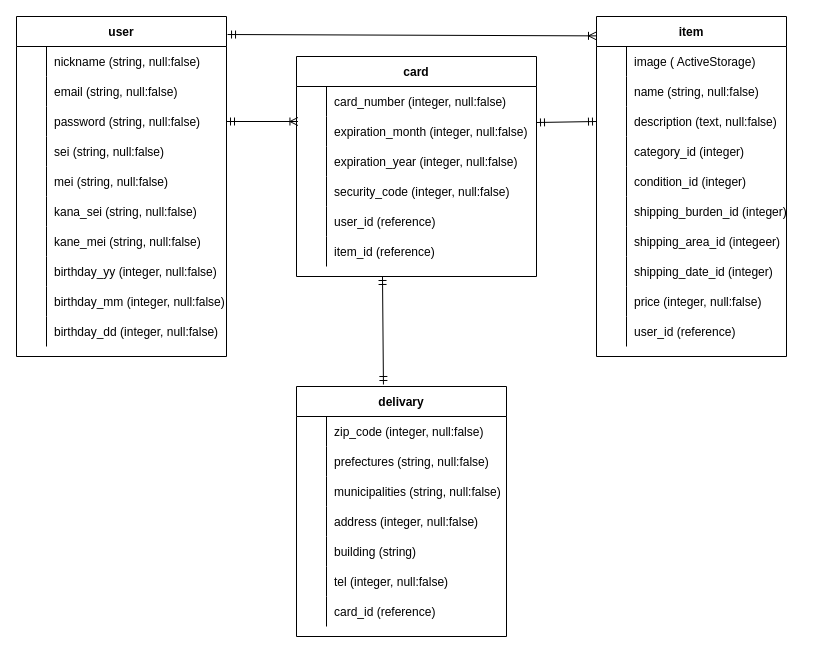
This is furime.dio from yabuuuu/furima-35981, a draw.io file, before an edit. Source tidied: cells renumbered, new cells numbered last; positions are measured from the earlier drawing's top-left corner, leaving out a move shared by most shapes. Both pictures are drawn from the tidied source at 100%, with x=0, y=0 at pixel (16, 16).
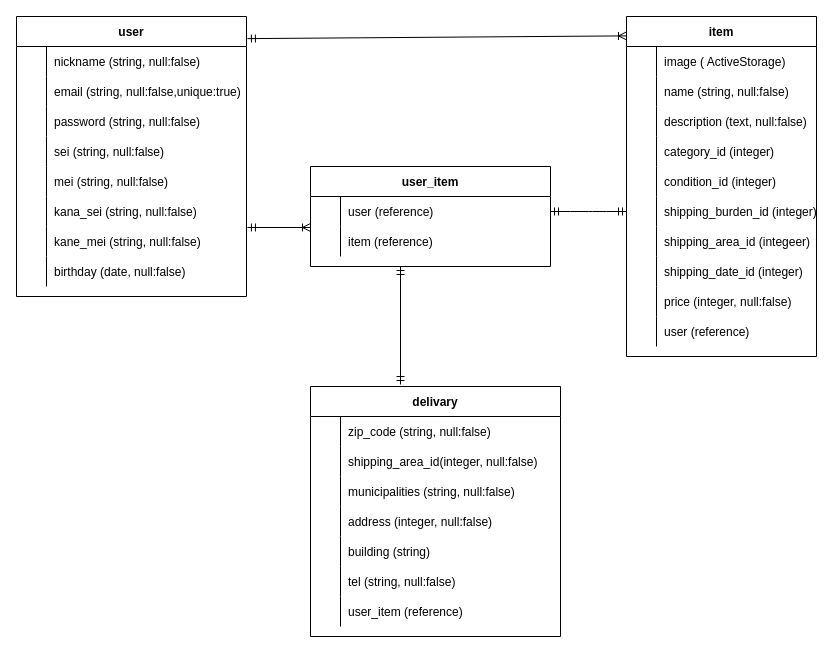
After the change.

Unchanged cells that the change refers to:
```xml
<mxCell id="85" style="shape=partialRectangle;fillColor=none;top=0;left=0;bottom=0;right=0;points=[[0,0.5],[1,0.5]];portConstraint=eastwest;" parent="78" vertex="1">
  <mxGeometry y="90" width="190" height="30" as="geometry" />
</mxCell>
<mxCell id="94" style="shape=partialRectangle;fillColor=none;top=0;left=0;bottom=0;right=0;points=[[0,0.5],[1,0.5]];portConstraint=eastwest;" parent="78" vertex="1">
  <mxGeometry y="180" width="190" height="30" as="geometry" />
</mxCell>
<mxCell id="106" style="shape=partialRectangle;fillColor=none;top=0;left=0;bottom=0;right=0;" parent="78" vertex="1">
  <mxGeometry y="300" width="190" height="30" as="geometry" />
</mxCell>
```

The edit, as a diff of the source:
```diff
@@
     <mxCell id="2" value="user" style="shape=table;startSize=30;childLayout=tableLayout;rowLines=0;fontStyle=1;align=center;" parent="1" vertex="1">
-      <mxGeometry width="210" height="340" as="geometry" />
+      <mxGeometry width="230" height="280" as="geometry" />
     </mxCell>
     <mxCell id="3" style="shape=partialRectangle;fillColor=none;top=0;left=0;bottom=0;right=0;" parent="2" vertex="1">
-      <mxGeometry y="30" width="210" height="30" as="geometry" />
+      <mxGeometry y="30" width="230" height="30" as="geometry" />
     </mxCell>
@@
     <mxCell id="5" value="nickname (string, null:false)" style="shape=partialRectangle;fillColor=none;top=0;left=0;bottom=0;right=0;align=left;spacingLeft=6;overflow=hidden;" parent="3" vertex="1">
-      <mxGeometry x="30" width="180" height="30" as="geometry" />
+      <mxGeometry x="30" width="200" height="30" as="geometry" />
     </mxCell>
     <mxCell id="6" style="shape=partialRectangle;fillColor=none;top=0;left=0;bottom=0;right=0;" parent="2" vertex="1">
-      <mxGeometry y="60" width="210" height="30" as="geometry" />
+      <mxGeometry y="60" width="230" height="30" as="geometry" />
     </mxCell>
@@
-    <mxCell id="8" value="email (string, null:false)" style="shape=partialRectangle;fillColor=none;top=0;left=0;bottom=0;right=0;align=left;spacingLeft=6;overflow=hidden;" parent="6" vertex="1">
-      <mxGeometry x="30" width="180" height="30" as="geometry" />
+    <mxCell id="8" value="email (string, null:false,unique:true)" style="shape=partialRectangle;fillColor=none;top=0;left=0;bottom=0;right=0;align=left;spacingLeft=6;overflow=hidden;" parent="6" vertex="1">
+      <mxGeometry x="30" width="200" height="30" as="geometry" />
     </mxCell>
     <mxCell id="9" style="shape=partialRectangle;fillColor=none;top=0;left=0;bottom=0;right=0;points=[[0,0.5],[1,0.5]];portConstraint=eastwest;" parent="2" vertex="1">
-      <mxGeometry y="90" width="210" height="30" as="geometry" />
+      <mxGeometry y="90" width="230" height="30" as="geometry" />
     </mxCell>
@@
     <mxCell id="11" value="password (string, null:false)" style="shape=partialRectangle;fillColor=none;top=0;left=0;bottom=0;right=0;align=left;spacingLeft=6;overflow=hidden;" parent="9" vertex="1">
-      <mxGeometry x="30" width="180" height="30" as="geometry" />
+      <mxGeometry x="30" width="200" height="30" as="geometry" />
     </mxCell>
     <mxCell id="12" style="shape=partialRectangle;fillColor=none;top=0;left=0;bottom=0;right=0;" parent="2" vertex="1">
-      <mxGeometry y="120" width="210" height="30" as="geometry" />
+      <mxGeometry y="120" width="230" height="30" as="geometry" />
     </mxCell>
@@
     <mxCell id="14" value="sei (string, null:false)" style="shape=partialRectangle;fillColor=none;top=0;left=0;bottom=0;right=0;align=left;spacingLeft=6;overflow=hidden;" parent="12" vertex="1">
-      <mxGeometry x="30" width="180" height="30" as="geometry" />
+      <mxGeometry x="30" width="200" height="30" as="geometry" />
     </mxCell>
     <mxCell id="15" style="shape=partialRectangle;fillColor=none;top=0;left=0;bottom=0;right=0;" parent="2" vertex="1">
-      <mxGeometry y="150" width="210" height="30" as="geometry" />
+      <mxGeometry y="150" width="230" height="30" as="geometry" />
     </mxCell>
@@
     <mxCell id="17" value="mei (string, null:false)" style="shape=partialRectangle;fillColor=none;top=0;left=0;bottom=0;right=0;align=left;spacingLeft=6;overflow=hidden;" parent="15" vertex="1">
-      <mxGeometry x="30" width="180" height="30" as="geometry" />
+      <mxGeometry x="30" width="200" height="30" as="geometry" />
     </mxCell>
     <mxCell id="18" style="shape=partialRectangle;fillColor=none;top=0;left=0;bottom=0;right=0;" parent="2" vertex="1">
-      <mxGeometry y="180" width="210" height="30" as="geometry" />
+      <mxGeometry y="180" width="230" height="30" as="geometry" />
     </mxCell>
@@
     <mxCell id="20" value="kana_sei (string, null:false)" style="shape=partialRectangle;fillColor=none;top=0;left=0;bottom=0;right=0;align=left;spacingLeft=6;overflow=hidden;" parent="18" vertex="1">
-      <mxGeometry x="30" width="180" height="30" as="geometry" />
+      <mxGeometry x="30" width="200" height="30" as="geometry" />
     </mxCell>
     <mxCell id="21" style="shape=partialRectangle;fillColor=none;top=0;left=0;bottom=0;right=0;points=[[0,0.5],[1,0.5]];portConstraint=eastwest;" parent="2" vertex="1">
-      <mxGeometry y="210" width="210" height="30" as="geometry" />
+      <mxGeometry y="210" width="230" height="30" as="geometry" />
     </mxCell>
@@
     <mxCell id="23" value="kane_mei (string, null:false)" style="shape=partialRectangle;fillColor=none;top=0;left=0;bottom=0;right=0;align=left;spacingLeft=6;overflow=hidden;" parent="21" vertex="1">
-      <mxGeometry x="30" width="180" height="30" as="geometry" />
+      <mxGeometry x="30" width="200" height="30" as="geometry" />
     </mxCell>
     <mxCell id="24" style="shape=partialRectangle;fillColor=none;top=0;left=0;bottom=0;right=0;" parent="2" vertex="1">
-      <mxGeometry y="240" width="210" height="30" as="geometry" />
+      <mxGeometry y="240" width="230" height="30" as="geometry" />
     </mxCell>
@@
-    <mxCell id="26" value="birthday_yy (integer, null:false)" style="shape=partialRectangle;fillColor=none;top=0;left=0;bottom=0;right=0;align=left;spacingLeft=6;overflow=hidden;" parent="24" vertex="1">
-      <mxGeometry x="30" width="180" height="30" as="geometry" />
+    <mxCell id="26" value="birthday (date, null:false)" style="shape=partialRectangle;fillColor=none;top=0;left=0;bottom=0;right=0;align=left;spacingLeft=6;overflow=hidden;" parent="24" vertex="1">
+      <mxGeometry x="30" width="200" height="30" as="geometry" />
     </mxCell>
-    <mxCell id="27" style="shape=partialRectangle;fillColor=none;top=0;left=0;bottom=0;right=0;" parent="2" vertex="1">
-      <mxGeometry y="270" width="210" height="30" as="geometry" />
-    </mxCell>
-    <mxCell id="28" style="shape=partialRectangle;fillColor=none;top=0;left=0;bottom=0;right=0;overflow=hidden;" parent="27" vertex="1">
-      <mxGeometry width="30" height="30" as="geometry" />
-    </mxCell>
-    <mxCell id="29" value="birthday_mm (integer, null:false)" style="shape=partialRectangle;fillColor=none;top=0;left=0;bottom=0;right=0;align=left;spacingLeft=6;overflow=hidden;" parent="27" vertex="1">
-      <mxGeometry x="30" width="180" height="30" as="geometry" />
-    </mxCell>
-    <mxCell id="30" style="shape=partialRectangle;fillColor=none;top=0;left=0;bottom=0;right=0;" parent="2" vertex="1">
-      <mxGeometry y="300" width="210" height="30" as="geometry" />
-    </mxCell>
-    <mxCell id="31" style="shape=partialRectangle;fillColor=none;top=0;left=0;bottom=0;right=0;overflow=hidden;" parent="30" vertex="1">
-      <mxGeometry width="30" height="30" as="geometry" />
-    </mxCell>
-    <mxCell id="32" value="birthday_dd (integer, null:false)" style="shape=partialRectangle;fillColor=none;top=0;left=0;bottom=0;right=0;align=left;spacingLeft=6;overflow=hidden;" parent="30" vertex="1">
-      <mxGeometry x="30" width="180" height="30" as="geometry" />
-    </mxCell>
     <mxCell id="33" value="delivary" style="shape=table;startSize=30;childLayout=tableLayout;rowLines=0;fontStyle=1;align=center;" parent="1" vertex="1">
-      <mxGeometry x="280" y="370" width="210" height="250" as="geometry" />
+      <mxGeometry x="294" y="370" width="250" height="250" as="geometry" />
     </mxCell>
     <mxCell id="34" style="shape=partialRectangle;fillColor=none;top=0;left=0;bottom=0;right=0;" parent="33" vertex="1">
-      <mxGeometry y="30" width="210" height="30" as="geometry" />
+      <mxGeometry y="30" width="250" height="30" as="geometry" />
     </mxCell>
@@
-    <mxCell id="36" value="zip_code (integer, null:false)" style="shape=partialRectangle;fillColor=none;top=0;left=0;bottom=0;right=0;align=left;spacingLeft=6;overflow=hidden;" parent="34" vertex="1">
-      <mxGeometry x="30" width="180" height="30" as="geometry" />
+    <mxCell id="36" value="zip_code (string, null:false)" style="shape=partialRectangle;fillColor=none;top=0;left=0;bottom=0;right=0;align=left;spacingLeft=6;overflow=hidden;" parent="34" vertex="1">
+      <mxGeometry x="30" width="220" height="30" as="geometry" />
     </mxCell>
     <mxCell id="37" style="shape=partialRectangle;fillColor=none;top=0;left=0;bottom=0;right=0;points=[[0,0.5],[1,0.5]];portConstraint=eastwest;" parent="33" vertex="1">
-      <mxGeometry y="60" width="210" height="30" as="geometry" />
+      <mxGeometry y="60" width="250" height="30" as="geometry" />
     </mxCell>
@@
-    <mxCell id="39" value="prefectures (string, null:false)" style="shape=partialRectangle;fillColor=none;top=0;left=0;bottom=0;right=0;align=left;spacingLeft=6;overflow=hidden;" parent="37" vertex="1">
-      <mxGeometry x="30" width="180" height="30" as="geometry" />
+    <mxCell id="39" value="shipping_area_id(integer, null:false)" style="shape=partialRectangle;fillColor=none;top=0;left=0;bottom=0;right=0;align=left;spacingLeft=6;overflow=hidden;" parent="37" vertex="1">
+      <mxGeometry x="30" width="220" height="30" as="geometry" />
     </mxCell>
     <mxCell id="40" style="shape=partialRectangle;fillColor=none;top=0;left=0;bottom=0;right=0;" parent="33" vertex="1">
-      <mxGeometry y="90" width="210" height="30" as="geometry" />
+      <mxGeometry y="90" width="250" height="30" as="geometry" />
     </mxCell>
@@
     <mxCell id="42" value="municipalities (string, null:false)" style="shape=partialRectangle;fillColor=none;top=0;left=0;bottom=0;right=0;align=left;spacingLeft=6;overflow=hidden;" parent="40" vertex="1">
-      <mxGeometry x="30" width="180" height="30" as="geometry" />
+      <mxGeometry x="30" width="220" height="30" as="geometry" />
     </mxCell>
     <mxCell id="43" style="shape=partialRectangle;fillColor=none;top=0;left=0;bottom=0;right=0;" parent="33" vertex="1">
-      <mxGeometry y="120" width="210" height="30" as="geometry" />
+      <mxGeometry y="120" width="250" height="30" as="geometry" />
     </mxCell>
@@
     <mxCell id="45" value="address (integer, null:false)" style="shape=partialRectangle;fillColor=none;top=0;left=0;bottom=0;right=0;align=left;spacingLeft=6;overflow=hidden;" parent="43" vertex="1">
-      <mxGeometry x="30" width="180" height="30" as="geometry" />
+      <mxGeometry x="30" width="220" height="30" as="geometry" />
     </mxCell>
     <mxCell id="46" style="shape=partialRectangle;fillColor=none;top=0;left=0;bottom=0;right=0;" parent="33" vertex="1">
-      <mxGeometry y="150" width="210" height="30" as="geometry" />
+      <mxGeometry y="150" width="250" height="30" as="geometry" />
     </mxCell>
@@
     <mxCell id="48" value="building (string)" style="shape=partialRectangle;fillColor=none;top=0;left=0;bottom=0;right=0;align=left;spacingLeft=6;overflow=hidden;" parent="46" vertex="1">
-      <mxGeometry x="30" width="180" height="30" as="geometry" />
+      <mxGeometry x="30" width="220" height="30" as="geometry" />
     </mxCell>
     <mxCell id="49" style="shape=partialRectangle;fillColor=none;top=0;left=0;bottom=0;right=0;" parent="33" vertex="1">
-      <mxGeometry y="180" width="210" height="30" as="geometry" />
+      <mxGeometry y="180" width="250" height="30" as="geometry" />
     </mxCell>
@@
-    <mxCell id="51" value="tel (integer, null:false)" style="shape=partialRectangle;fillColor=none;top=0;left=0;bottom=0;right=0;align=left;spacingLeft=6;overflow=hidden;" parent="49" vertex="1">
-      <mxGeometry x="30" width="180" height="30" as="geometry" />
+    <mxCell id="51" value="tel (string, null:false)" style="shape=partialRectangle;fillColor=none;top=0;left=0;bottom=0;right=0;align=left;spacingLeft=6;overflow=hidden;" parent="49" vertex="1">
+      <mxGeometry x="30" width="220" height="30" as="geometry" />
     </mxCell>
     <mxCell id="52" style="shape=partialRectangle;fillColor=none;top=0;left=0;bottom=0;right=0;" parent="33" vertex="1">
-      <mxGeometry y="210" width="210" height="30" as="geometry" />
+      <mxGeometry y="210" width="250" height="30" as="geometry" />
     </mxCell>
@@
-    <mxCell id="54" value="card_id (reference)" style="shape=partialRectangle;fillColor=none;top=0;left=0;bottom=0;right=0;align=left;spacingLeft=6;overflow=hidden;" parent="52" vertex="1">
-      <mxGeometry x="30" width="180" height="30" as="geometry" />
+    <mxCell id="54" value="user_item (reference)" style="shape=partialRectangle;fillColor=none;top=0;left=0;bottom=0;right=0;align=left;spacingLeft=6;overflow=hidden;" parent="52" vertex="1">
+      <mxGeometry x="30" width="220" height="30" as="geometry" />
     </mxCell>
-    <mxCell id="55" value="card" style="shape=table;startSize=30;childLayout=tableLayout;rowLines=0;fontStyle=1;align=center;" parent="1" vertex="1">
-      <mxGeometry x="280" y="40" width="240" height="220" as="geometry" />
+    <mxCell id="55" value="user_item" style="shape=table;startSize=30;childLayout=tableLayout;rowLines=0;fontStyle=1;align=center;" parent="1" vertex="1">
+      <mxGeometry x="294" y="150" width="240" height="100" as="geometry" />
     </mxCell>
-    <mxCell id="56" style="shape=partialRectangle;fillColor=none;top=0;left=0;bottom=0;right=0;" parent="55" vertex="1">
-      <mxGeometry y="30" width="240" height="30" as="geometry" />
-    </mxCell>
-    <mxCell id="57" style="shape=partialRectangle;fillColor=none;top=0;left=0;bottom=0;right=0;overflow=hidden;" parent="56" vertex="1">
-      <mxGeometry width="30" height="30" as="geometry" />
-    </mxCell>
-    <mxCell id="58" value="card_number (integer, null:false)" style="shape=partialRectangle;fillColor=none;top=0;left=0;bottom=0;right=0;align=left;spacingLeft=6;overflow=hidden;" parent="56" vertex="1">
-      <mxGeometry x="30" width="210" height="30" as="geometry" />
-    </mxCell>
-    <mxCell id="59" style="shape=partialRectangle;fillColor=none;top=0;left=0;bottom=0;right=0;points=[[0,0.5],[1,0.5]];portConstraint=eastwest;" parent="55" vertex="1">
-      <mxGeometry y="60" width="240" height="30" as="geometry" />
-    </mxCell>
-    <mxCell id="60" style="shape=partialRectangle;fillColor=none;top=0;left=0;bottom=0;right=0;overflow=hidden;" parent="59" vertex="1">
-      <mxGeometry width="30" height="30" as="geometry" />
-    </mxCell>
-    <mxCell id="61" value="expiration_month (integer, null:false)" style="shape=partialRectangle;fillColor=none;top=0;left=0;bottom=0;right=0;align=left;spacingLeft=6;overflow=hidden;" parent="59" vertex="1">
-      <mxGeometry x="30" width="210" height="30" as="geometry" />
-    </mxCell>
-    <mxCell id="62" style="shape=partialRectangle;fillColor=none;top=0;left=0;bottom=0;right=0;" parent="55" vertex="1">
-      <mxGeometry y="90" width="240" height="30" as="geometry" />
-    </mxCell>
-    <mxCell id="63" style="shape=partialRectangle;fillColor=none;top=0;left=0;bottom=0;right=0;overflow=hidden;" parent="62" vertex="1">
-      <mxGeometry width="30" height="30" as="geometry" />
-    </mxCell>
-    <mxCell id="64" value="expiration_year (integer, null:false)" style="shape=partialRectangle;fillColor=none;top=0;left=0;bottom=0;right=0;align=left;spacingLeft=6;overflow=hidden;" parent="62" vertex="1">
-      <mxGeometry x="30" width="210" height="30" as="geometry" />
-    </mxCell>
-    <mxCell id="65" style="shape=partialRectangle;fillColor=none;top=0;left=0;bottom=0;right=0;" parent="55" vertex="1">
-      <mxGeometry y="120" width="240" height="30" as="geometry" />
-    </mxCell>
-    <mxCell id="66" style="shape=partialRectangle;fillColor=none;top=0;left=0;bottom=0;right=0;overflow=hidden;" parent="65" vertex="1">
-      <mxGeometry width="30" height="30" as="geometry" />
-    </mxCell>
-    <mxCell id="67" value="security_code (integer, null:false)" style="shape=partialRectangle;fillColor=none;top=0;left=0;bottom=0;right=0;align=left;spacingLeft=6;overflow=hidden;" parent="65" vertex="1">
-      <mxGeometry x="30" width="210" height="30" as="geometry" />
-    </mxCell>
     <mxCell id="68" style="shape=partialRectangle;fillColor=none;top=0;left=0;bottom=0;right=0;points=[[0,0.5],[1,0.5]];portConstraint=eastwest;" parent="55" vertex="1">
-      <mxGeometry y="150" width="240" height="30" as="geometry" />
+      <mxGeometry y="30" width="240" height="30" as="geometry" />
     </mxCell>
@@
-    <mxCell id="70" value="user_id (reference)" style="shape=partialRectangle;fillColor=none;top=0;left=0;bottom=0;right=0;align=left;spacingLeft=6;overflow=hidden;" parent="68" vertex="1">
+    <mxCell id="70" value="user (reference)" style="shape=partialRectangle;fillColor=none;top=0;left=0;bottom=0;right=0;align=left;spacingLeft=6;overflow=hidden;" parent="68" vertex="1">
       <mxGeometry x="30" width="210" height="30" as="geometry" />
     </mxCell>
     <mxCell id="71" style="shape=partialRectangle;fillColor=none;top=0;left=0;bottom=0;right=0;points=[[0,0.5],[1,0.5]];portConstraint=eastwest;" parent="55" vertex="1">
-      <mxGeometry y="180" width="240" height="30" as="geometry" />
+      <mxGeometry y="60" width="240" height="30" as="geometry" />
     </mxCell>
@@
-    <mxCell id="73" value="item_id (reference)" style="shape=partialRectangle;fillColor=none;top=0;left=0;bottom=0;right=0;align=left;spacingLeft=6;overflow=hidden;" parent="71" vertex="1">
+    <mxCell id="73" value="item (reference)" style="shape=partialRectangle;fillColor=none;top=0;left=0;bottom=0;right=0;align=left;spacingLeft=6;overflow=hidden;" parent="71" vertex="1">
       <mxGeometry x="30" width="210" height="30" as="geometry" />
     </mxCell>
-    <mxCell id="74" style="fontSize=12;html=1;endArrow=ERoneToMany;exitX=1;exitY=0.041;exitDx=0;exitDy=0;exitPerimeter=0;startArrow=ERmandOne;startFill=0;" parent="1" edge="1" source="78">
-      <mxGeometry relative="1" as="geometry">
-        <mxPoint x="718" y="15" as="targetPoint" />
-      </mxGeometry>
-    </mxCell>
@@
-    <mxCell id="76" style="fontSize=12;html=1;endArrow=ERmandOne;startArrow=ERmandOne;exitX=1;exitY=0.2;exitDx=0;exitDy=0;entryX=0;entryY=0.5;entryDx=0;entryDy=0;exitPerimeter=0;" parent="1" edge="1" source="59" target="85">
-      <mxGeometry relative="1" as="geometry" />
-    </mxCell>
-    <mxCell id="77" style="fontSize=12;html=1;endArrow=ERoneToMany;startArrow=ERmandOne;entryX=0.006;entryY=0.167;entryDx=0;entryDy=0;entryPerimeter=0;exitX=1;exitY=0.5;exitDx=0;exitDy=0;endFill=0;" parent="1" edge="1" source="9" target="59">
-      <mxGeometry relative="1" as="geometry" />
-    </mxCell>
     <mxCell id="78" value="item" style="shape=table;startSize=30;childLayout=tableLayout;rowLines=0;fontStyle=1;align=center;" parent="1" vertex="1">
-      <mxGeometry x="580" width="190" height="340" as="geometry" />
+      <mxGeometry x="610" width="190" height="340" as="geometry" />
     </mxCell>
@@
-    <mxCell id="108" value="user_id (reference)" style="shape=partialRectangle;fillColor=none;top=0;left=0;bottom=0;right=0;align=left;spacingLeft=6;overflow=hidden;" parent="106" vertex="1">
+    <mxCell id="108" value="user (reference)" style="shape=partialRectangle;fillColor=none;top=0;left=0;bottom=0;right=0;align=left;spacingLeft=6;overflow=hidden;" parent="106" vertex="1">
       <mxGeometry x="30" width="160" height="30" as="geometry" />
     </mxCell>
-    <mxCell id="109" style="fontSize=12;html=1;endArrow=ERoneToMany;exitX=1.005;exitY=0.053;exitDx=0;exitDy=0;exitPerimeter=0;startArrow=ERmandOne;startFill=0;entryX=0;entryY=0.057;entryDx=0;entryDy=0;entryPerimeter=0;" parent="1" edge="1" source="2" target="78">
+    <mxCell id="109" style="fontSize=12;html=1;endArrow=ERoneToMany;startArrow=ERmandOne;startFill=0;entryX=0;entryY=0.057;entryDx=0;entryDy=0;entryPerimeter=0;exitX=1.004;exitY=0.079;exitDx=0;exitDy=0;exitPerimeter=0;" parent="1" edge="1" source="2" target="78">
       <mxGeometry relative="1" as="geometry" />
     </mxCell>
-    <mxCell id="110" style="fontSize=12;html=1;endArrow=ERmandOne;startArrow=ERmandOne;exitX=0.414;exitY=-0.008;exitDx=0;exitDy=0;exitPerimeter=0;" parent="1" edge="1" source="33">
+    <mxCell id="110" style="fontSize=12;html=1;endArrow=ERmandOne;startArrow=ERmandOne;exitX=0.36;exitY=-0.008;exitDx=0;exitDy=0;exitPerimeter=0;" parent="1" edge="1" source="33">
       <mxGeometry relative="1" as="geometry">
-        <mxPoint x="366" y="260" as="targetPoint" />
+        <mxPoint x="384" y="250" as="targetPoint" />
       </mxGeometry>
     </mxCell>
+    <mxCell id="111" style="fontSize=12;html=1;endArrow=ERmandOne;startArrow=ERoneToMany;entryX=1.004;entryY=0.033;entryDx=0;entryDy=0;entryPerimeter=0;exitX=0;exitY=0.033;exitDx=0;exitDy=0;exitPerimeter=0;startFill=0;endFill=0;" parent="1" edge="1" source="71" target="21">
+      <mxGeometry relative="1" as="geometry" />
+    </mxCell>
+    <mxCell id="112" style="edgeStyle=entityRelationEdgeStyle;fontSize=12;html=1;endArrow=ERmandOne;startArrow=ERmandOne;entryX=0;entryY=0.5;entryDx=0;entryDy=0;exitX=1;exitY=0.5;exitDx=0;exitDy=0;" parent="1" edge="1" source="68" target="94">
+      <mxGeometry relative="1" as="geometry" />
+    </mxCell>
```
